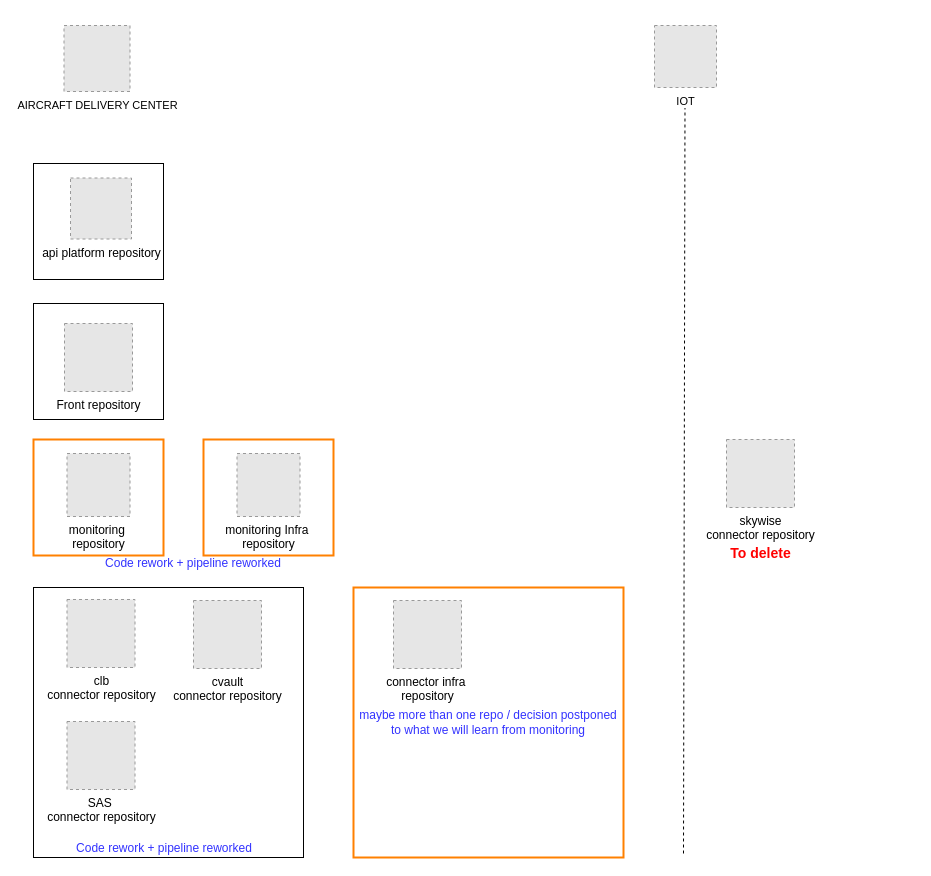
The draw.io diagram GithubRepo.drawio in claytonbrown/aws-drawing, before the edit. Source tidied: cells renumbered, new cells numbered last; positions are measured from the earlier drawing's top-left corner, leaving out a move shared by most shapes. Both pictures are drawn from the tidied source at 100%, with x=0, y=0 at pixel (33, 25). Pictures stored in the file or linked from it are replaced by grey dashed boxes.
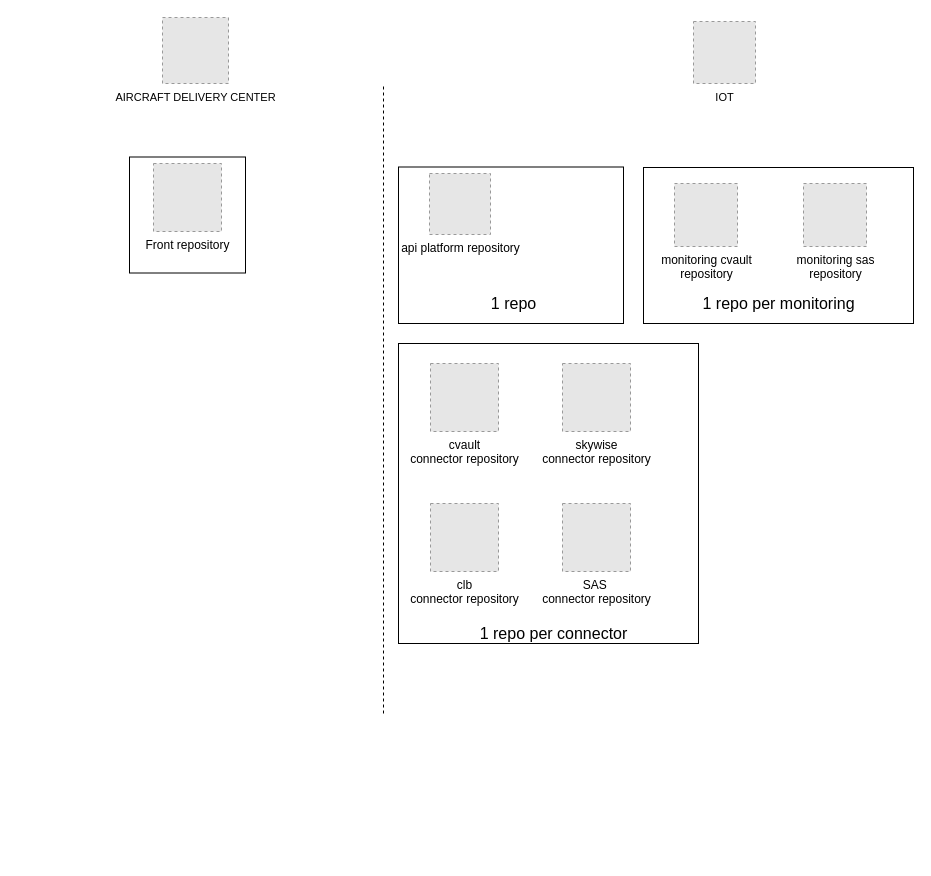
The same diagram, later.

The edit, as a diff of the source:
```diff
@@
-    <mxCell id="1" parent="0" />
-    <mxCell id="2" style="rounded=0;whiteSpace=wrap;html=1;fontColor=#3333FF;strokeColor=#FF8000;strokeWidth=2;" parent="1" vertex="1">
-      <mxGeometry x="170" y="414" width="130" height="116" as="geometry" />
-    </mxCell>
-    <mxCell id="3" style="rounded=0;whiteSpace=wrap;html=1;fontColor=#3333FF;" parent="1" vertex="1">
-      <mxGeometry y="278" width="130" height="116" as="geometry" />
-    </mxCell>
-    <mxCell id="4" style="rounded=0;whiteSpace=wrap;html=1;fontColor=#3333FF;" parent="1" vertex="1">
-      <mxGeometry y="138" width="130" height="116" as="geometry" />
-    </mxCell>
-    <mxCell id="5" style="rounded=0;whiteSpace=wrap;html=1;fontColor=#3333FF;strokeColor=#FF8000;strokeWidth=2;" parent="1" vertex="1">
-      <mxGeometry y="414" width="130" height="116" as="geometry" />
-    </mxCell>
-    <mxCell id="6" style="whiteSpace=wrap;html=1;fontColor=#3333FF;" parent="1" vertex="1">
-      <mxGeometry y="562" width="270" height="270" as="geometry" />
-    </mxCell>
+    <mxCell id="23" parent="0" />
+    <mxCell id="24" style="whiteSpace=wrap;html=1;strokeColor=#000000;strokeWidth=1;fontColor=#3333FF;" parent="23" vertex="1">
+      <mxGeometry x="96" y="131.5" width="116" height="116" as="geometry" />
+    </mxCell>
+    <mxCell id="25" style="rounded=0;whiteSpace=wrap;html=1;fontColor=#3333FF;" parent="23" vertex="1">
+      <mxGeometry x="365" y="141.5" width="225" height="156.5" as="geometry" />
+    </mxCell>
+    <mxCell id="26" style="rounded=0;whiteSpace=wrap;html=1;fontColor=#3333FF;" parent="23" vertex="1">
+      <mxGeometry x="610" y="142" width="270" height="156" as="geometry" />
+    </mxCell>
+    <mxCell id="27" style="whiteSpace=wrap;html=1;fontColor=#3333FF;" parent="23" vertex="1">
+      <mxGeometry x="365" y="318" width="300" height="300" as="geometry" />
+    </mxCell>
-    <mxCell id="7" value="Front repository" style="fillColor=#E6E6E6;strokeColor=#999999;dashed=1;html=1;verticalAlign=top;verticalLabelPosition=bottom;labelBackgroundColor=#ffffff;" parent="1" vertex="1">
-      <mxGeometry x="31" y="298" width="68" height="68" as="geometry" />
+    <mxCell id="7" value="Front repository" style="fillColor=#E6E6E6;strokeColor=#999999;dashed=1;html=1;verticalAlign=top;verticalLabelPosition=bottom;labelBackgroundColor=#ffffff;" parent="23" vertex="1">
+      <mxGeometry x="120" y="138" width="68" height="68" as="geometry" />
     </mxCell>
-    <mxCell id="8" value="&lt;font color=&quot;#000000&quot;&gt;&lt;span style=&quot;font-size: 11px&quot;&gt;AIRCRAFT DELIVERY CENTER&lt;/span&gt;&lt;/font&gt;" style="fillColor=#E6E6E6;strokeColor=#999999;dashed=1;html=1;verticalAlign=top;verticalLabelPosition=bottom;labelBackgroundColor=#ffffff;fontColor=#3333FF;" parent="1" vertex="1">
-      <mxGeometry x="30.5" width="66" height="66" as="geometry" />
+    <mxCell id="8" value="&lt;font color=&quot;#000000&quot;&gt;&lt;span style=&quot;font-size: 11px&quot;&gt;AIRCRAFT DELIVERY CENTER&lt;/span&gt;&lt;/font&gt;" style="fillColor=#E6E6E6;strokeColor=#999999;dashed=1;html=1;verticalAlign=top;verticalLabelPosition=bottom;labelBackgroundColor=#ffffff;fontColor=#3333FF;" parent="23" vertex="1">
+      <mxGeometry x="129" y="-8" width="66" height="66" as="geometry" />
     </mxCell>
-    <mxCell id="9" style="endArrow=none;dashed=1;html=1;fontColor=#3333FF;" parent="1" edge="1">
-      <mxGeometry relative="1" as="geometry">
-        <mxPoint x="650" y="828" as="sourcePoint" />
-        <mxPoint x="651.5" y="78" as="targetPoint" />
-      </mxGeometry>
-    </mxCell>
+    <mxCell id="28" style="endArrow=none;dashed=1;html=1;fontColor=#3333FF;" parent="23" edge="1">
+      <mxGeometry relative="1" as="geometry">
+        <mxPoint x="350" y="688" as="sourcePoint" />
+        <mxPoint x="350" y="58" as="targetPoint" />
+      </mxGeometry>
+    </mxCell>
-    <mxCell id="10" value="&lt;font style=&quot;font-size: 11px&quot; color=&quot;#000000&quot;&gt;IOT&lt;br&gt;&lt;/font&gt;" style="fillColor=#E6E6E6;strokeColor=#999999;dashed=1;html=1;verticalAlign=top;verticalLabelPosition=bottom;labelBackgroundColor=#ffffff;fontColor=#3333FF;" parent="1" vertex="1">
-      <mxGeometry x="621" width="62" height="62" as="geometry" />
+    <mxCell id="10" value="&lt;font style=&quot;font-size: 11px&quot; color=&quot;#000000&quot;&gt;IOT&lt;br&gt;&lt;/font&gt;" style="fillColor=#E6E6E6;strokeColor=#999999;dashed=1;html=1;verticalAlign=top;verticalLabelPosition=bottom;labelBackgroundColor=#ffffff;fontColor=#3333FF;" parent="23" vertex="1">
+      <mxGeometry x="660" y="-4" width="62" height="62" as="geometry" />
     </mxCell>
-    <mxCell id="11" value="api platform repository" style="fillColor=#E6E6E6;strokeColor=#999999;dashed=1;html=1;verticalAlign=top;verticalLabelPosition=bottom;labelBackgroundColor=#ffffff;" parent="1" vertex="1">
-      <mxGeometry x="37" y="152.5" width="61" height="61" as="geometry" />
+    <mxCell id="11" value="api platform repository" style="fillColor=#E6E6E6;strokeColor=#999999;dashed=1;html=1;verticalAlign=top;verticalLabelPosition=bottom;labelBackgroundColor=#ffffff;" parent="23" vertex="1">
+      <mxGeometry x="396" y="148" width="61" height="61" as="geometry" />
     </mxCell>
-    <mxCell id="12" value="cvault &lt;br&gt;connector repository" style="fillColor=#E6E6E6;strokeColor=#999999;dashed=1;html=1;verticalAlign=top;verticalLabelPosition=bottom;labelBackgroundColor=#ffffff;" parent="1" vertex="1">
-      <mxGeometry x="160" y="575" width="68" height="68" as="geometry" />
+    <mxCell id="12" value="cvault &lt;br&gt;connector repository" style="fillColor=#E6E6E6;strokeColor=#999999;dashed=1;html=1;verticalAlign=top;verticalLabelPosition=bottom;labelBackgroundColor=#ffffff;" parent="23" vertex="1">
+      <mxGeometry x="397" y="338" width="68" height="68" as="geometry" />
     </mxCell>
-    <mxCell id="13" value="monitoring Infra&amp;nbsp;&lt;br&gt;repository" style="fillColor=#E6E6E6;strokeColor=#999999;dashed=1;html=1;verticalAlign=top;verticalLabelPosition=bottom;labelBackgroundColor=#ffffff;" parent="1" vertex="1">
-      <mxGeometry x="203.5" y="428" width="63" height="63" as="geometry" />
-    </mxCell>
-    <mxCell id="14" value="monitoring&amp;nbsp;&lt;br&gt;repository" style="fillColor=#E6E6E6;strokeColor=#999999;dashed=1;html=1;verticalAlign=top;verticalLabelPosition=bottom;labelBackgroundColor=#ffffff;" parent="1" vertex="1">
-      <mxGeometry x="33.5" y="428" width="63" height="63" as="geometry" />
-    </mxCell>
+    <mxCell id="29" value="monitoring sas&lt;br&gt;repository" style="fillColor=#E6E6E6;strokeColor=#999999;dashed=1;html=1;verticalAlign=top;verticalLabelPosition=bottom;labelBackgroundColor=#ffffff;" parent="23" vertex="1">
+      <mxGeometry x="770" y="158" width="63" height="63" as="geometry" />
+    </mxCell>
+    <mxCell id="30" value="monitoring cvault&lt;br&gt;repository" style="fillColor=#E6E6E6;strokeColor=#999999;dashed=1;html=1;verticalAlign=top;verticalLabelPosition=bottom;labelBackgroundColor=#ffffff;" parent="23" vertex="1">
+      <mxGeometry x="641" y="158" width="63" height="63" as="geometry" />
+    </mxCell>
-    <mxCell id="15" value="skywise&lt;br&gt;connector repository" style="fillColor=#E6E6E6;strokeColor=#999999;dashed=1;html=1;verticalAlign=top;verticalLabelPosition=bottom;labelBackgroundColor=#ffffff;" parent="1" vertex="1">
-      <mxGeometry x="693" y="414" width="68" height="68" as="geometry" />
+    <mxCell id="15" value="skywise&lt;br&gt;connector repository" style="fillColor=#E6E6E6;strokeColor=#999999;dashed=1;html=1;verticalAlign=top;verticalLabelPosition=bottom;labelBackgroundColor=#ffffff;" parent="23" vertex="1">
+      <mxGeometry x="529" y="338" width="68" height="68" as="geometry" />
     </mxCell>
-    <mxCell id="16" value="SAS&amp;nbsp;&lt;br&gt;connector repository" style="fillColor=#E6E6E6;strokeColor=#999999;dashed=1;html=1;verticalAlign=top;verticalLabelPosition=bottom;labelBackgroundColor=#ffffff;" parent="1" vertex="1">
-      <mxGeometry x="33.5" y="696" width="68" height="68" as="geometry" />
+    <mxCell id="16" value="SAS&amp;nbsp;&lt;br&gt;connector repository" style="fillColor=#E6E6E6;strokeColor=#999999;dashed=1;html=1;verticalAlign=top;verticalLabelPosition=bottom;labelBackgroundColor=#ffffff;" parent="23" vertex="1">
+      <mxGeometry x="529" y="478" width="68" height="68" as="geometry" />
     </mxCell>
-    <mxCell id="17" value="clb&lt;br&gt;connector repository" style="fillColor=#E6E6E6;strokeColor=#999999;dashed=1;html=1;verticalAlign=top;verticalLabelPosition=bottom;labelBackgroundColor=#ffffff;" parent="1" vertex="1">
-      <mxGeometry x="33.5" y="574" width="68" height="68" as="geometry" />
+    <mxCell id="17" value="clb&lt;br&gt;connector repository" style="fillColor=#E6E6E6;strokeColor=#999999;dashed=1;html=1;verticalAlign=top;verticalLabelPosition=bottom;labelBackgroundColor=#ffffff;" parent="23" vertex="1">
+      <mxGeometry x="397" y="478" width="68" height="68" as="geometry" />
     </mxCell>
-    <mxCell id="18" value="&lt;font color=&quot;#ff0000&quot; style=&quot;font-size: 14px&quot;&gt;&lt;b&gt;To delete&lt;/b&gt;&lt;/font&gt;" style="text;html=1;align=center;verticalAlign=middle;fontColor=#3333FF;" parent="1" vertex="1">
-      <mxGeometry x="687" y="518" width="80" height="20" as="geometry" />
-    </mxCell>
-    <mxCell id="19" value="Code rework + pipeline reworked" style="text;html=1;strokeColor=none;fillColor=none;align=center;verticalAlign=middle;whiteSpace=wrap;rounded=0;fontColor=#3333FF;" parent="1" vertex="1">
-      <mxGeometry x="31" y="813" width="200" height="20" as="geometry" />
-    </mxCell>
-    <mxCell id="20" value="Code rework + pipeline reworked" style="text;html=1;strokeColor=none;fillColor=none;align=center;verticalAlign=middle;whiteSpace=wrap;rounded=0;fontColor=#3333FF;" parent="1" vertex="1">
-      <mxGeometry x="60" y="528" width="200" height="20" as="geometry" />
-    </mxCell>
-    <mxCell id="21" value="maybe more than one repo / decision postponed to what we will learn from monitoring" style="whiteSpace=wrap;html=1;fontColor=#3333FF;strokeWidth=2;strokeColor=#FF8000;" parent="1" vertex="1">
-      <mxGeometry x="320" y="562" width="270" height="270" as="geometry" />
-    </mxCell>
-    <mxCell id="22" value="connector infra&amp;nbsp;&lt;br&gt;repository" style="fillColor=#E6E6E6;strokeColor=#999999;dashed=1;html=1;verticalAlign=top;verticalLabelPosition=bottom;labelBackgroundColor=#ffffff;" parent="1" vertex="1">
-      <mxGeometry x="360" y="575" width="68" height="68" as="geometry" />
-    </mxCell>
+    <mxCell id="31" value="&lt;font style=&quot;font-size: 16px&quot; color=&quot;#000000&quot;&gt;1 repo per connector&lt;/font&gt;" style="text;html=1;align=center;verticalAlign=middle;fontColor=#3333FF;" parent="23" vertex="1">
+      <mxGeometry x="440" y="598" width="160" height="20" as="geometry" />
+    </mxCell>
+    <mxCell id="32" value="&lt;font style=&quot;font-size: 16px&quot; color=&quot;#000000&quot;&gt;1 repo per monitoring&lt;/font&gt;" style="text;html=1;align=center;verticalAlign=middle;fontColor=#3333FF;" parent="23" vertex="1">
+      <mxGeometry x="660" y="268" width="170" height="20" as="geometry" />
+    </mxCell>
+    <mxCell id="33" value="&lt;font style=&quot;font-size: 16px&quot; color=&quot;#000000&quot;&gt;1 repo&lt;/font&gt;" style="text;html=1;align=center;verticalAlign=middle;fontColor=#3333FF;" parent="23" vertex="1">
+      <mxGeometry x="450" y="268" width="60" height="20" as="geometry" />
+    </mxCell>
```
